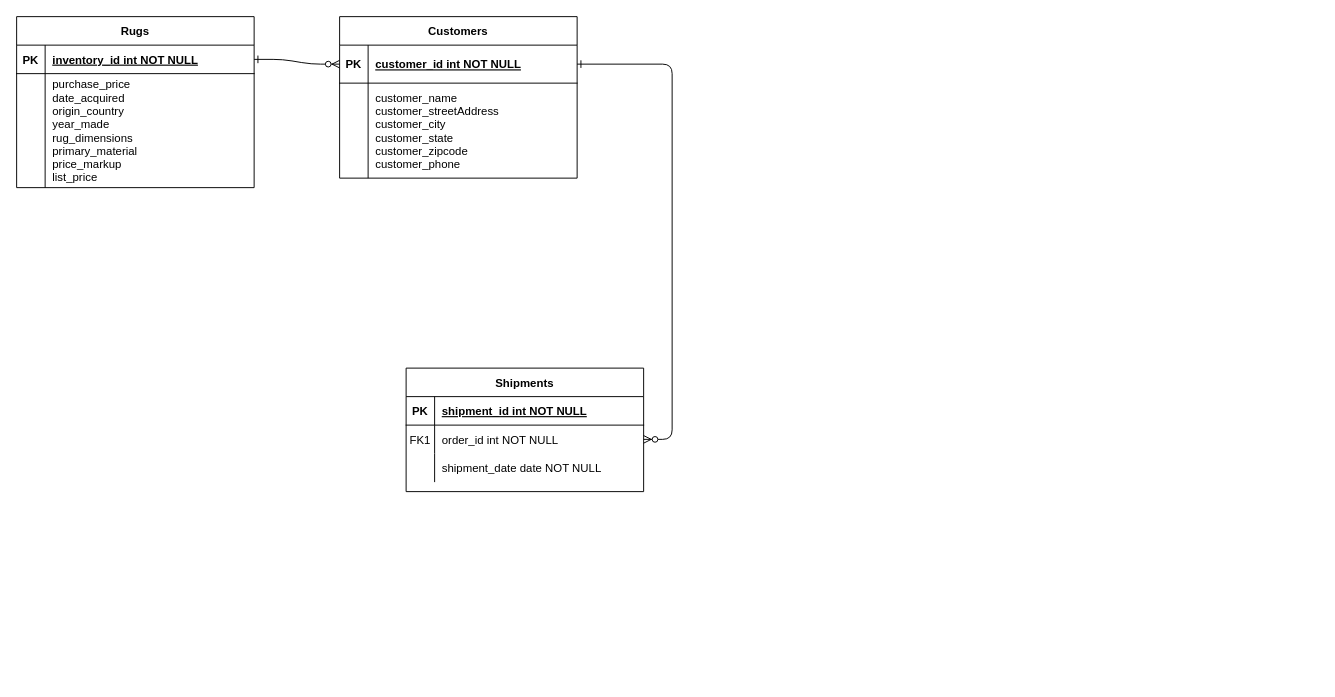
m0dileClements/mOdileClements keeps this draw.io diagram as Lab04.drawio. Above is the earlier version. Source tidied: cells renumbered, new cells numbered last; positions are measured from the earlier drawing's top-left corner, leaving out a move shared by most shapes. Both pictures are drawn from the tidied source at 95%, with x=0, y=0 at pixel (16, 16).
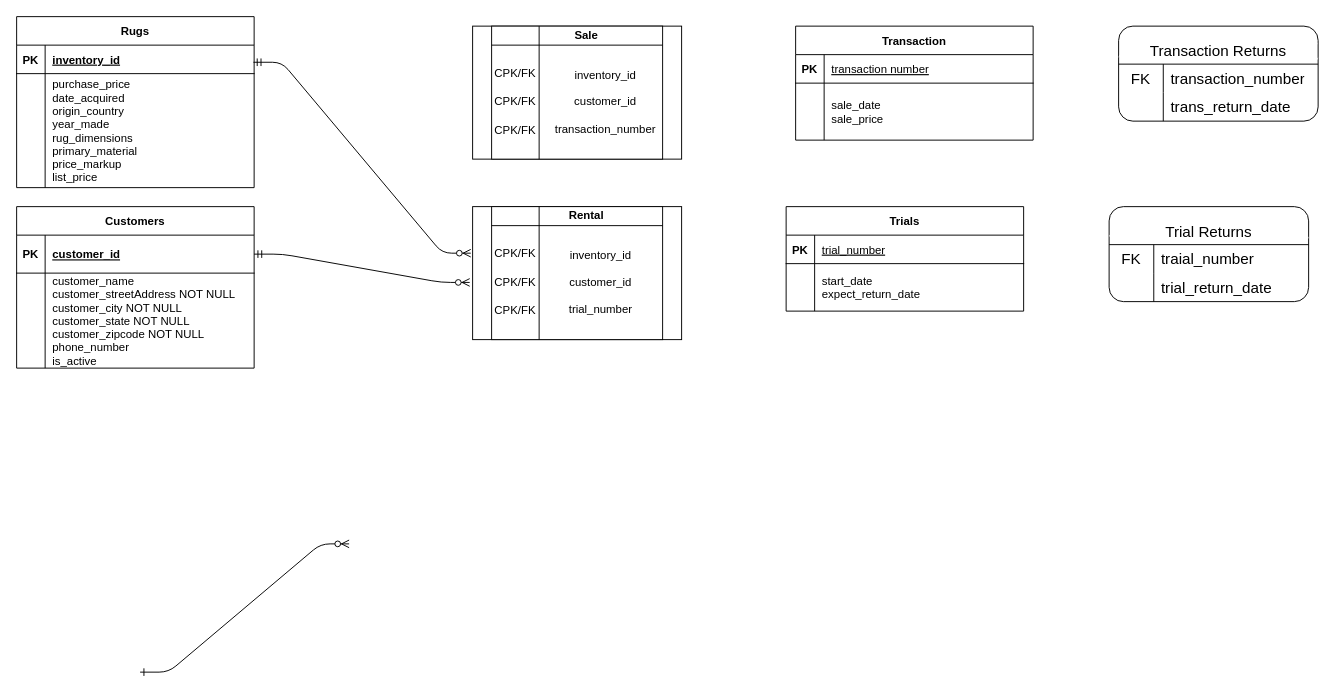
The same diagram, later.

The change refers to these unchanged cells:
```xml
<mxCell id="5" style="shape=partialRectangle;fillColor=none;points=[[0,0.5],[1,0.5]];portConstraint=eastwest;top=0;left=0;right=0;bottom=1;" parent="4" vertex="1">
  <mxGeometry y="30" width="250" height="40" as="geometry" />
</mxCell>
<mxCell id="8" style="shape=partialRectangle;fillColor=none;top=0;left=0;right=0;bottom=0;" parent="4" vertex="1">
  <mxGeometry y="70" width="250" height="100" as="geometry" />
</mxCell>
<mxCell id="12" style="shape=partialRectangle;fillColor=none;top=0;left=0;right=0;bottom=1;" parent="11" vertex="1">
  <mxGeometry y="30" width="250" height="30" as="geometry" />
</mxCell>
<mxCell id="22" style="shape=partialRectangle;fillColor=none;points=[[0,0.5],[1,0.5]];portConstraint=eastwest;top=0;left=0;right=0;bottom=1;" parent="21" vertex="1">
  <mxGeometry y="30" width="250" height="30" as="geometry" />
</mxCell>
```

The edit, as a diff of the source:
```diff
@@
-    <mxCell id="2" style="edgeStyle=entityRelationEdgeStyle;endArrow=ERzeroToMany;startArrow=ERone;endFill=1;startFill=0;entryX=0;entryY=0.5;entryDx=0;entryDy=0;" parent="1" edge="1" source="22" target="5">
-      <mxGeometry relative="1" as="geometry" />
+    <mxCell id="2" style="edgeStyle=entityRelationEdgeStyle;endArrow=ERzeroToMany;startArrow=ERmandOne;endFill=1;startFill=0;entryX=-0.009;entryY=0.35;entryDx=0;entryDy=0;exitX=0.997;exitY=0.601;exitDx=0;exitDy=0;exitPerimeter=0;entryPerimeter=0;" parent="1" edge="1" source="22" target="29">
+      <mxGeometry relative="1" as="geometry">
+        <Array as="points">
+          <mxPoint x="270" y="110" />
+          <mxPoint x="279" y="330" />
+          <mxPoint x="320" y="260" />
+          <mxPoint x="300" y="290" />
+        </Array>
+      </mxGeometry>
     </mxCell>
-    <mxCell id="3" style="edgeStyle=entityRelationEdgeStyle;endArrow=ERzeroToMany;startArrow=ERone;endFill=1;startFill=0;" parent="1" edge="1" source="5" target="15">
-      <mxGeometry relative="1" as="geometry" />
+    <mxCell id="3" style="edgeStyle=entityRelationEdgeStyle;endArrow=ERzeroToMany;startArrow=ERone;endFill=1;startFill=0;" parent="1" edge="1">
+      <mxGeometry relative="1" as="geometry">
+        <mxPoint x="130" y="690" as="sourcePoint" />
+        <mxPoint x="350" y="555" as="targetPoint" />
+        <Array as="points">
+          <mxPoint x="145" y="585" />
+          <mxPoint x="345" y="675" />
+          <mxPoint x="315" y="705" />
+        </Array>
+      </mxGeometry>
     </mxCell>
     <mxCell id="4" value="Customers" style="shape=table;startSize=30;childLayout=tableLayout;rowLines=0;fontStyle=1;align=center;" parent="1" vertex="1">
-      <mxGeometry x="340" width="250" height="170" as="geometry" />
+      <mxGeometry y="200" width="250" height="170" as="geometry" />
     </mxCell>
@@
-    <mxCell id="7" value="customer_id int NOT NULL " style="shape=partialRectangle;overflow=hidden;fillColor=none;top=0;left=0;bottom=0;right=0;align=left;spacingLeft=6;fontStyle=5;" parent="5" vertex="1">
+    <mxCell id="7" value="customer_id" style="shape=partialRectangle;overflow=hidden;fillColor=none;top=0;left=0;bottom=0;right=0;align=left;spacingLeft=6;fontStyle=5;" parent="5" vertex="1">
       <mxGeometry x="30" width="220" height="40" as="geometry" />
     </mxCell>
@@
-    <mxCell id="10" value="customer_name &#10;customer_streetAddress&#10;customer_city&#10;customer_state&#10;customer_zipcode&#10;customer_phone" style="shape=partialRectangle;overflow=hidden;fillColor=none;top=0;left=0;bottom=0;right=0;align=left;spacingLeft=6;" parent="8" vertex="1">
+    <mxCell id="10" value="customer_name &#10;customer_streetAddress NOT NULL&#10;customer_city NOT NULL&#10;customer_state NOT NULL&#10;customer_zipcode NOT NULL&#10;phone_number&#10;is_active" style="shape=partialRectangle;overflow=hidden;fillColor=none;top=0;left=0;bottom=0;right=0;align=left;spacingLeft=6;" parent="8" vertex="1">
       <mxGeometry x="30" width="220" height="100" as="geometry" />
     </mxCell>
-    <mxCell id="11" value="Shipments" style="shape=table;startSize=30;childLayout=tableLayout;rowLines=0;fontStyle=1;align=center;" parent="1" vertex="1">
-      <mxGeometry x="410" y="370" width="250" height="130" as="geometry" />
+    <mxCell id="11" value="Transaction" style="shape=table;startSize=30;childLayout=tableLayout;rowLines=0;fontStyle=1;align=center;" parent="1" vertex="1">
+      <mxGeometry x="820" y="10" width="250" height="120" as="geometry" />
     </mxCell>
@@
-    <mxCell id="14" value="shipment_id int NOT NULL " style="shape=partialRectangle;overflow=hidden;fillColor=none;top=0;left=0;bottom=0;right=0;align=left;spacingLeft=6;fontStyle=5;" parent="12" vertex="1">
+    <mxCell id="14" value="transaction number" style="shape=partialRectangle;overflow=hidden;fillColor=none;top=0;left=0;bottom=0;right=0;align=left;spacingLeft=6;fontStyle=4;" parent="12" vertex="1">
       <mxGeometry x="30" width="220" height="30" as="geometry" />
     </mxCell>
     <mxCell id="15" style="shape=partialRectangle;fillColor=none;points=[[0,0.5],[1,0.5]];portConstraint=eastwest;top=0;left=0;right=0;bottom=0;" parent="11" vertex="1">
-      <mxGeometry y="60" width="250" height="30" as="geometry" />
+      <mxGeometry y="60" width="250" height="60" as="geometry" />
     </mxCell>
-    <mxCell id="16" value="FK1" style="shape=partialRectangle;overflow=hidden;fillColor=none;top=0;left=0;bottom=0;right=0;" parent="15" vertex="1">
-      <mxGeometry width="30" height="30" as="geometry" />
+    <mxCell id="16" style="shape=partialRectangle;overflow=hidden;fillColor=none;top=0;left=0;bottom=0;right=0;" parent="15" vertex="1">
+      <mxGeometry width="30" height="60" as="geometry" />
     </mxCell>
-    <mxCell id="17" value="order_id int NOT NULL" style="shape=partialRectangle;overflow=hidden;fillColor=none;top=0;left=0;bottom=0;right=0;align=left;spacingLeft=6;" parent="15" vertex="1">
-      <mxGeometry x="30" width="220" height="30" as="geometry" />
+    <mxCell id="17" value="sale_date&#10;sale_price" style="shape=partialRectangle;overflow=hidden;fillColor=none;top=0;left=0;bottom=0;right=0;align=left;spacingLeft=6;" parent="15" vertex="1">
+      <mxGeometry x="30" width="220" height="60" as="geometry" />
     </mxCell>
-    <mxCell id="18" style="shape=partialRectangle;fillColor=none;top=0;left=0;right=0;bottom=0;" parent="11" vertex="1">
-      <mxGeometry y="90" width="250" height="30" as="geometry" />
-    </mxCell>
-    <mxCell id="19" style="shape=partialRectangle;overflow=hidden;fillColor=none;top=0;left=0;bottom=0;right=0;" parent="18" vertex="1">
-      <mxGeometry width="30" height="30" as="geometry" />
-    </mxCell>
-    <mxCell id="20" value="shipment_date date NOT NULL" style="shape=partialRectangle;overflow=hidden;fillColor=none;top=0;left=0;bottom=0;right=0;align=left;spacingLeft=6;" parent="18" vertex="1">
-      <mxGeometry x="30" width="220" height="30" as="geometry" />
-    </mxCell>
@@
-    <mxCell id="24" value="inventory_id int NOT NULL " style="shape=partialRectangle;overflow=hidden;fillColor=none;top=0;left=0;bottom=0;right=0;align=left;spacingLeft=6;fontStyle=5;" parent="22" vertex="1">
+    <mxCell id="24" value="inventory_id" style="shape=partialRectangle;overflow=hidden;fillColor=none;top=0;left=0;bottom=0;right=0;align=left;spacingLeft=6;fontStyle=5;" parent="22" vertex="1">
       <mxGeometry x="30" width="220" height="30" as="geometry" />
     </mxCell>
@@
+    <mxCell id="28" style="group;" parent="1" vertex="1">
+      <mxGeometry x="480" y="200" width="220" height="140" as="geometry" />
+    </mxCell>
+    <mxCell id="29" style="shape=process;whiteSpace=wrap;html=1;backgroundOutline=1;fillStyle=solid;" parent="28" vertex="1">
+      <mxGeometry width="220" height="140" as="geometry" />
+    </mxCell>
+    <mxCell id="30" style="shape=internalStorage;whiteSpace=wrap;html=1;backgroundOutline=1;dx=50;dy=20;" parent="28" vertex="1">
+      <mxGeometry x="20" width="180" height="140" as="geometry" />
+    </mxCell>
+    <mxCell id="31" value="&lt;b&gt;Rental&lt;/b&gt;" style="text;html=1;strokeColor=none;fillColor=none;align=center;verticalAlign=middle;whiteSpace=wrap;rounded=0;" parent="30" vertex="1">
+      <mxGeometry x="20" width="160" height="20" as="geometry" />
+    </mxCell>
+    <mxCell id="32" value="CPK/FK" style="text;html=1;strokeColor=none;fillColor=none;align=center;verticalAlign=middle;whiteSpace=wrap;rounded=0;" parent="30" vertex="1">
+      <mxGeometry y="65" width="50" height="30" as="geometry" />
+    </mxCell>
+    <mxCell id="33" value="CPK/FK" style="text;html=1;strokeColor=none;fillColor=none;align=center;verticalAlign=middle;whiteSpace=wrap;rounded=0;" parent="30" vertex="1">
+      <mxGeometry y="95" width="50" height="30" as="geometry" />
+    </mxCell>
+    <mxCell id="34" value="CPK/FK" style="text;html=1;strokeColor=none;fillColor=none;align=center;verticalAlign=middle;whiteSpace=wrap;rounded=0;" parent="30" vertex="1">
+      <mxGeometry y="35" width="50" height="30" as="geometry" />
+    </mxCell>
+    <mxCell id="35" value="inventory_id&lt;br&gt;&lt;br&gt;customer_id&lt;br&gt;&lt;br&gt;trial_number" style="text;html=1;strokeColor=none;fillColor=none;align=center;verticalAlign=middle;whiteSpace=wrap;rounded=0;" parent="28" vertex="1">
+      <mxGeometry x="70" y="20" width="130" height="120" as="geometry" />
+    </mxCell>
+    <mxCell id="36" style="edgeStyle=entityRelationEdgeStyle;endArrow=ERzeroToMany;startArrow=ERmandOne;endFill=1;startFill=0;entryX=-0.014;entryY=0.57;entryDx=0;entryDy=0;exitX=1;exitY=0.5;exitDx=0;exitDy=0;entryPerimeter=0;" parent="1" edge="1" source="5" target="29">
+      <mxGeometry relative="1" as="geometry" />
+    </mxCell>
+    <mxCell id="37" style="group;" parent="1" vertex="1">
+      <mxGeometry x="480" y="10" width="220" height="140" as="geometry" />
+    </mxCell>
+    <mxCell id="38" style="shape=process;whiteSpace=wrap;html=1;backgroundOutline=1;fillStyle=solid;" parent="37" vertex="1">
+      <mxGeometry width="220" height="140" as="geometry" />
+    </mxCell>
+    <mxCell id="39" style="shape=internalStorage;whiteSpace=wrap;html=1;backgroundOutline=1;dx=50;dy=20;" parent="37" vertex="1">
+      <mxGeometry x="20" width="180" height="140" as="geometry" />
+    </mxCell>
+    <mxCell id="40" value="&lt;b&gt;Sale&lt;/b&gt;" style="text;html=1;strokeColor=none;fillColor=none;align=center;verticalAlign=middle;whiteSpace=wrap;rounded=0;" parent="39" vertex="1">
+      <mxGeometry x="20" width="160" height="20" as="geometry" />
+    </mxCell>
+    <mxCell id="41" value="inventory_id&lt;br&gt;&lt;br&gt;customer_id&lt;br&gt;&lt;br&gt;transaction_number" style="text;html=1;strokeColor=none;fillColor=none;align=center;verticalAlign=middle;whiteSpace=wrap;rounded=0;" parent="39" vertex="1">
+      <mxGeometry x="50" y="20" width="140" height="120" as="geometry" />
+    </mxCell>
+    <mxCell id="42" value="CPK/FK" style="text;html=1;strokeColor=none;fillColor=none;align=center;verticalAlign=middle;whiteSpace=wrap;rounded=0;" parent="39" vertex="1">
+      <mxGeometry y="65" width="50" height="30" as="geometry" />
+    </mxCell>
+    <mxCell id="43" value="CPK/FK" style="text;html=1;strokeColor=none;fillColor=none;align=center;verticalAlign=middle;whiteSpace=wrap;rounded=0;" parent="39" vertex="1">
+      <mxGeometry y="95" width="50" height="30" as="geometry" />
+    </mxCell>
+    <mxCell id="44" value="CPK/FK" style="text;html=1;strokeColor=none;fillColor=none;align=center;verticalAlign=middle;whiteSpace=wrap;rounded=0;" parent="39" vertex="1">
+      <mxGeometry y="35" width="50" height="30" as="geometry" />
+    </mxCell>
+    <mxCell id="45" value="Trials" style="shape=table;startSize=30;childLayout=tableLayout;rowLines=0;fontStyle=1;align=center;" parent="1" vertex="1">
+      <mxGeometry x="810" y="200" width="250" height="110" as="geometry" />
+    </mxCell>
+    <mxCell id="46" style="shape=partialRectangle;fillColor=none;top=0;left=0;right=0;bottom=1;" parent="45" vertex="1">
+      <mxGeometry y="30" width="250" height="30" as="geometry" />
+    </mxCell>
+    <mxCell id="47" value="PK" style="shape=partialRectangle;overflow=hidden;fillColor=none;top=0;left=0;bottom=0;right=0;fontStyle=1;" parent="46" vertex="1">
+      <mxGeometry width="30" height="30" as="geometry" />
+    </mxCell>
+    <mxCell id="48" value="trial_number" style="shape=partialRectangle;overflow=hidden;fillColor=none;top=0;left=0;bottom=0;right=0;align=left;spacingLeft=6;fontStyle=4;" parent="46" vertex="1">
+      <mxGeometry x="30" width="220" height="30" as="geometry" />
+    </mxCell>
+    <mxCell id="49" style="shape=partialRectangle;fillColor=none;top=0;left=0;right=0;bottom=0;" parent="45" vertex="1">
+      <mxGeometry y="60" width="250" height="50" as="geometry" />
+    </mxCell>
+    <mxCell id="50" style="shape=partialRectangle;overflow=hidden;fillColor=none;top=0;left=0;bottom=0;right=0;" parent="49" vertex="1">
+      <mxGeometry width="30" height="50" as="geometry" />
+    </mxCell>
+    <mxCell id="51" value="start_date&#10;expect_return_date" style="shape=partialRectangle;overflow=hidden;fillColor=none;top=0;left=0;bottom=0;right=0;align=left;spacingLeft=6;" parent="49" vertex="1">
+      <mxGeometry x="30" width="220" height="50" as="geometry" />
+    </mxCell>
+    <mxCell id="52" style="group;" parent="1" vertex="1">
+      <mxGeometry x="1160" y="10" width="210" height="100" as="geometry" />
+    </mxCell>
+    <mxCell id="53" style="rounded=1;whiteSpace=wrap;html=1;fillStyle=hatch;" parent="52" vertex="1">
+      <mxGeometry width="210" height="100" as="geometry" />
+    </mxCell>
+    <mxCell id="54" value="Transaction Returns" style="shape=table;startSize=30;childLayout=tableLayout;rowLines=0;fontStyle=0;strokeColor=default;fontSize=16;perimeterSpacing=2;fillStyle=hatch;backgroundOutline=0;swimlaneHead=0;swimlaneBody=0;rounded=1;" parent="52" vertex="1">
+      <mxGeometry y="10" width="210" height="90" as="geometry" />
+    </mxCell>
+    <mxCell id="55" style="shape=tableRow;horizontal=0;startSize=0;swimlaneHead=0;swimlaneBody=0;top=0;left=0;bottom=0;right=0;fillColor=none;strokeColor=inherit;fontSize=16;" parent="54" vertex="1">
+      <mxGeometry y="30" width="210" height="30" as="geometry" />
+    </mxCell>
+    <mxCell id="56" value="FK" style="shape=partialRectangle;html=1;whiteSpace=wrap;fillColor=none;top=0;left=0;bottom=0;right=0;overflow=hidden;strokeColor=inherit;fontSize=16;" parent="55" vertex="1">
+      <mxGeometry width="47" height="30" as="geometry" />
+    </mxCell>
+    <mxCell id="57" value="transaction_number" style="shape=partialRectangle;html=1;whiteSpace=wrap;fillColor=none;top=0;left=0;bottom=0;right=0;align=left;spacingLeft=6;overflow=hidden;strokeColor=inherit;fontSize=16;" parent="55" vertex="1">
+      <mxGeometry x="47" width="163" height="30" as="geometry" />
+    </mxCell>
+    <mxCell id="58" style="shape=tableRow;horizontal=0;startSize=0;swimlaneHead=0;swimlaneBody=0;top=0;left=0;bottom=0;right=0;fillColor=none;strokeColor=inherit;fontSize=16;" parent="54" vertex="1">
+      <mxGeometry y="60" width="210" height="30" as="geometry" />
+    </mxCell>
+    <mxCell id="59" style="shape=partialRectangle;html=1;whiteSpace=wrap;fillColor=none;top=0;left=0;bottom=0;right=0;overflow=hidden;strokeColor=inherit;fontSize=16;" parent="58" vertex="1">
+      <mxGeometry width="47" height="30" as="geometry" />
+    </mxCell>
+    <mxCell id="60" value="trans_return_date" style="shape=partialRectangle;html=1;whiteSpace=wrap;fillColor=none;top=0;left=0;bottom=0;right=0;align=left;spacingLeft=6;overflow=hidden;strokeColor=inherit;fontSize=16;" parent="58" vertex="1">
+      <mxGeometry x="47" width="163" height="30" as="geometry" />
+    </mxCell>
+    <mxCell id="61" style="group;" parent="1" vertex="1">
+      <mxGeometry x="1150" y="200" width="210" height="100" as="geometry" />
+    </mxCell>
+    <mxCell id="62" style="rounded=1;whiteSpace=wrap;html=1;fillStyle=hatch;" parent="61" vertex="1">
+      <mxGeometry width="210" height="100" as="geometry" />
+    </mxCell>
+    <mxCell id="63" value="Trial Returns" style="shape=table;startSize=30;childLayout=tableLayout;rowLines=0;fontStyle=0;strokeColor=default;fontSize=16;perimeterSpacing=2;fillStyle=hatch;backgroundOutline=0;swimlaneHead=0;swimlaneBody=0;rounded=1;" parent="61" vertex="1">
+      <mxGeometry y="10" width="210" height="90" as="geometry" />
+    </mxCell>
+    <mxCell id="64" style="shape=tableRow;horizontal=0;startSize=0;swimlaneHead=0;swimlaneBody=0;top=0;left=0;bottom=0;right=0;fillColor=none;strokeColor=inherit;fontSize=16;" parent="63" vertex="1">
+      <mxGeometry y="30" width="210" height="30" as="geometry" />
+    </mxCell>
+    <mxCell id="65" value="FK" style="shape=partialRectangle;html=1;whiteSpace=wrap;fillColor=none;top=0;left=0;bottom=0;right=0;overflow=hidden;strokeColor=inherit;fontSize=16;" parent="64" vertex="1">
+      <mxGeometry width="47" height="30" as="geometry" />
+    </mxCell>
+    <mxCell id="66" value="traial_number" style="shape=partialRectangle;html=1;whiteSpace=wrap;fillColor=none;top=0;left=0;bottom=0;right=0;align=left;spacingLeft=6;overflow=hidden;strokeColor=inherit;fontSize=16;" parent="64" vertex="1">
+      <mxGeometry x="47" width="163" height="30" as="geometry" />
+    </mxCell>
+    <mxCell id="67" style="shape=tableRow;horizontal=0;startSize=0;swimlaneHead=0;swimlaneBody=0;top=0;left=0;bottom=0;right=0;fillColor=none;strokeColor=inherit;fontSize=16;" parent="63" vertex="1">
+      <mxGeometry y="60" width="210" height="30" as="geometry" />
+    </mxCell>
+    <mxCell id="68" style="shape=partialRectangle;html=1;whiteSpace=wrap;fillColor=none;top=0;left=0;bottom=0;right=0;overflow=hidden;strokeColor=inherit;fontSize=16;" parent="67" vertex="1">
+      <mxGeometry width="47" height="30" as="geometry" />
+    </mxCell>
+    <mxCell id="69" value="trial_return_date" style="shape=partialRectangle;html=1;whiteSpace=wrap;fillColor=none;top=0;left=0;bottom=0;right=0;align=left;spacingLeft=6;overflow=hidden;strokeColor=inherit;fontSize=16;" parent="67" vertex="1">
+      <mxGeometry x="47" width="163" height="30" as="geometry" />
+    </mxCell>
```
